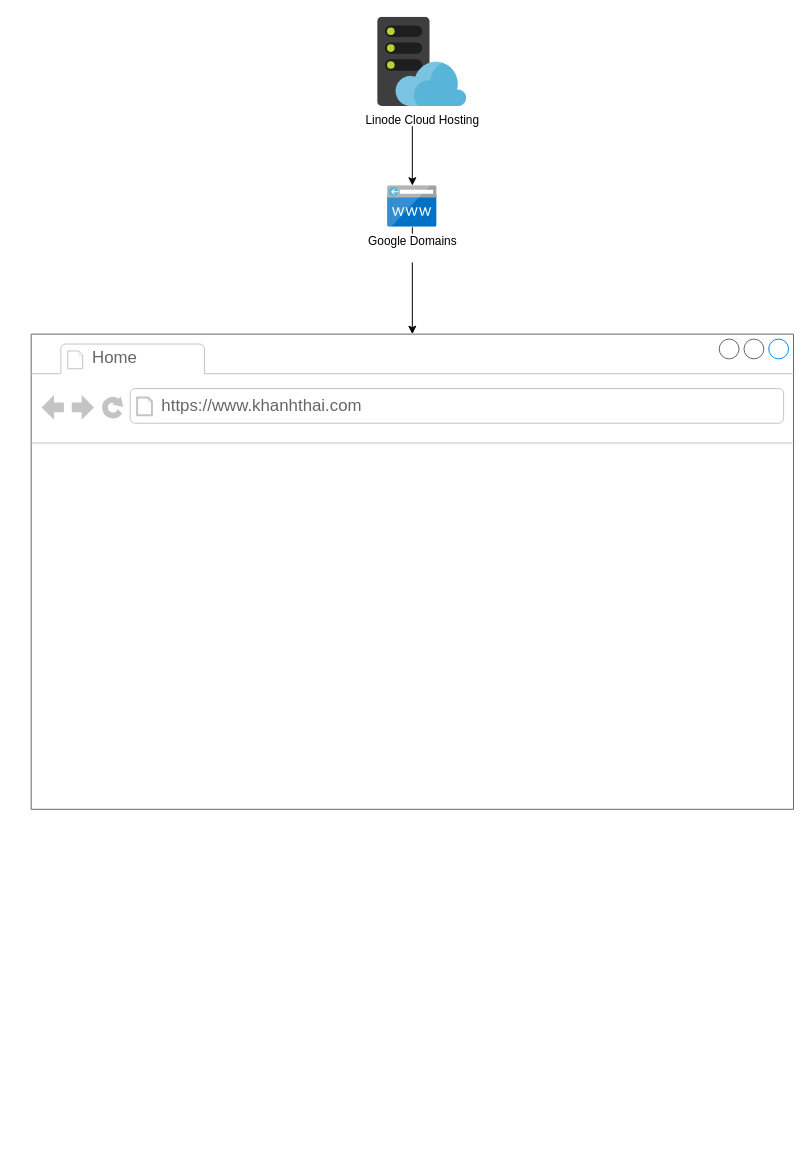
Before: Porfolio App Diagram.drawio in khanhqthai/porfolio-app, a draw.io diagram. Source tidied: cells renumbered, new cells numbered last; positions are measured from the earlier drawing's top-left corner, leaving out a move shared by most shapes. Both pictures are drawn from the tidied source at 99%, with x=0, y=0 at pixel (31, 17).
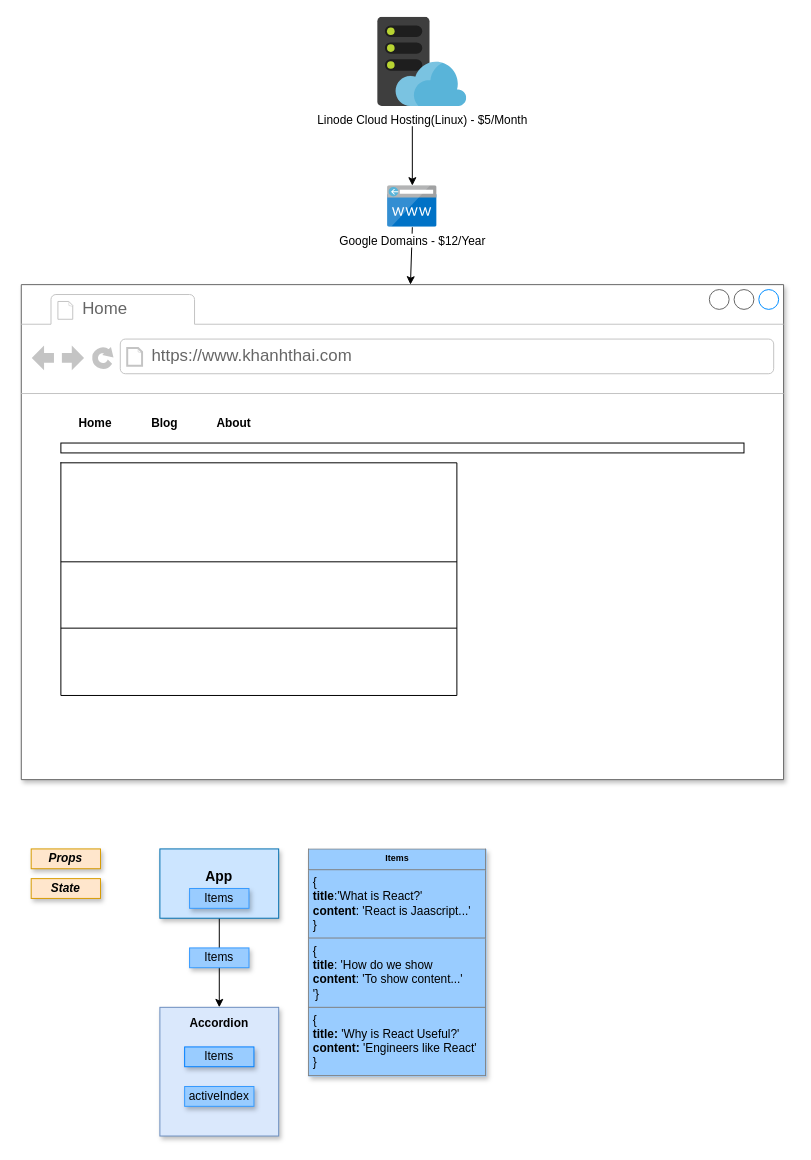
The same diagram, later.

Change to the diagram source:
```diff
@@
-    <mxCell id="2" style="strokeWidth=1;shadow=0;dashed=0;align=center;html=1;shape=mxgraph.mockup.containers.browserWindow;rSize=0;strokeColor=#666666;strokeColor2=#008cff;strokeColor3=#c4c4c4;mainText=,;" parent="1" vertex="1">
-      <mxGeometry y="320" width="770" height="480" as="geometry" />
-    </mxCell>
-    <mxCell id="3" value="Home" style="strokeWidth=1;shadow=0;dashed=0;align=center;html=1;shape=mxgraph.mockup.containers.anchor;fontSize=17;fontColor=#666666;align=left;" parent="2" vertex="1">
-      <mxGeometry x="60" y="12" width="110" height="26" as="geometry" />
-    </mxCell>
-    <mxCell id="4" value="https://www.khanhthai.com" style="strokeWidth=1;shadow=0;dashed=0;align=center;html=1;shape=mxgraph.mockup.containers.anchor;rSize=0;fontSize=17;fontColor=#666666;align=left;" parent="2" vertex="1">
-      <mxGeometry x="130" y="60" width="250" height="26" as="geometry" />
-    </mxCell>
-    <mxCell id="5" value="Linode Cloud Hosting" style="html=1;align=center;image;fontSize=12;image=img/lib/mscae/WebHosting.svg;" parent="1" vertex="1">
+    <mxCell id="5" value="Linode Cloud Hosting(Linux) - $5/Month" style="html=1;align=center;image;fontSize=12;image=img/lib/mscae/WebHosting.svg;" parent="1" vertex="1">
       <mxGeometry x="350" width="90" height="90" as="geometry" />
     </mxCell>
@@
-    <mxCell id="7" value="&lt;div&gt;Google Domains&lt;/div&gt;&lt;div&gt;&lt;br&gt;&lt;/div&gt;" style="html=1;points=[];align=center;image;fontSize=12;image=img/lib/mscae/CustomDomain.svg;" parent="1" vertex="1">
+    <mxCell id="7" value="&lt;div&gt;Google Domains - $12/Year&lt;/div&gt;" style="html=1;points=[];align=center;image;fontSize=12;image=img/lib/mscae/CustomDomain.svg;" parent="1" vertex="1">
       <mxGeometry x="360" y="170" width="50" height="42" as="geometry" />
     </mxCell>
@@
+    <mxCell id="9" style="endArrow=classic;html=1;fontColor=#FF66B3;exitX=0.5;exitY=1;exitDx=0;exitDy=0;entryX=0.5;entryY=0;entryDx=0;entryDy=0;" parent="1" edge="1" source="15" target="19">
+      <mxGeometry relative="1" as="geometry" />
+    </mxCell>
+    <mxCell id="10" value="&lt;b&gt;Props&lt;/b&gt;" style="rounded=0;whiteSpace=wrap;html=1;shadow=1;glass=0;fillColor=#ffe6cc;strokeColor=#d79b00;fontStyle=2;" parent="1" vertex="1">
+      <mxGeometry y="840" width="70" height="20" as="geometry" />
+    </mxCell>
+    <mxCell id="11" value="Items" style="rounded=0;whiteSpace=wrap;html=1;shadow=1;glass=0;fillColor=#99CCFF;strokeColor=#3399FF;" parent="1" vertex="1">
+      <mxGeometry x="160" y="940" width="60" height="20" as="geometry" />
+    </mxCell>
+    <mxCell id="12" value="&lt;table style=&quot;width: 100% ; height: 100% ; border-collapse: collapse ; font-size: 12px&quot; width=&quot;100%&quot; cellpadding=&quot;4&quot; border=&quot;1&quot;&gt;&lt;tbody&gt;&lt;tr style=&quot;font-size: 9px&quot;&gt;&lt;th style=&quot;font-size: 9px&quot; align=&quot;center&quot;&gt;Items&lt;/th&gt;&lt;/tr&gt;&lt;tr style=&quot;font-size: 12px&quot; align=&quot;left&quot;&gt;&lt;td&gt;{&lt;br&gt;&lt;b&gt;title&lt;/b&gt;:'What is React?'&lt;br&gt;&lt;b&gt;content&lt;/b&gt;: 'React is Jaascript...'&lt;br&gt;}&lt;/td&gt;&lt;/tr&gt;&lt;tr&gt;&lt;td&gt;{&lt;br&gt;&lt;b&gt;title&lt;/b&gt;: 'How do we show&lt;br&gt;&lt;b&gt;content&lt;/b&gt;: 'To show content...'&lt;br&gt;'}&lt;/td&gt;&lt;/tr&gt;&lt;tr&gt;&lt;td&gt;{&lt;br&gt;&lt;b&gt;title: &lt;/b&gt;'Why is React Useful?'&lt;br&gt;&lt;b&gt;content: &lt;/b&gt;'Engineers like React'&lt;br&gt;}&lt;br&gt;&lt;/td&gt;&lt;/tr&gt;&lt;/tbody&gt;&lt;/table&gt;" style="text;html=1;overflow=fill;rounded=0;shadow=1;glass=0;sketch=0;fontSize=9;fillColor=#99CCFF;" parent="1" vertex="1">
+      <mxGeometry x="280" y="840" width="180" height="230" as="geometry" />
+    </mxCell>
+    <mxCell id="13" value="&lt;b&gt;State&lt;/b&gt;" style="rounded=0;whiteSpace=wrap;html=1;shadow=1;glass=0;fillColor=#ffe6cc;strokeColor=#d79b00;fontStyle=2;" parent="1" vertex="1">
+      <mxGeometry y="870" width="70" height="20" as="geometry" />
+    </mxCell>
+    <mxCell id="14" style="group;" parent="1" vertex="1">
+      <mxGeometry x="130" y="840" width="120" height="70" as="geometry" />
+    </mxCell>
+    <mxCell id="15" value="&lt;div&gt;&lt;font style=&quot;font-size: 14px&quot;&gt;&lt;b&gt;App&lt;/b&gt;&lt;br&gt;&lt;/font&gt;&lt;/div&gt;&lt;div&gt;&lt;br&gt;&lt;font style=&quot;font-size: 14px&quot;&gt;&lt;/font&gt;&lt;/div&gt;" style="rounded=0;whiteSpace=wrap;html=1;strokeColor=#006EAF;shadow=1;glass=0;fillColor=#CCE5FF;" parent="14" vertex="1">
+      <mxGeometry width="120" height="70" as="geometry" />
+    </mxCell>
+    <mxCell id="16" value="Items" style="rounded=0;whiteSpace=wrap;html=1;shadow=1;glass=0;fillColor=#99CCFF;strokeColor=#3399FF;" parent="14" vertex="1">
+      <mxGeometry x="30" y="40" width="60" height="20" as="geometry" />
+    </mxCell>
+    <mxCell id="17" style="group;" parent="1" vertex="1">
+      <mxGeometry x="130" y="1000" width="120" height="130" as="geometry" />
+    </mxCell>
+    <mxCell id="18" style="group;" parent="17" vertex="1">
+      <mxGeometry width="120" height="130" as="geometry" />
+    </mxCell>
+    <mxCell id="19" value="&lt;div&gt;&lt;b&gt;Accordion&lt;/b&gt;&lt;font style=&quot;font-size: 14px&quot;&gt;&lt;br&gt;&lt;/font&gt;&lt;/div&gt;&lt;div&gt;&lt;br&gt;&lt;font style=&quot;font-size: 14px&quot;&gt;&lt;/font&gt;&lt;/div&gt;" style="rounded=0;whiteSpace=wrap;html=1;fillColor=#dae8fc;strokeColor=#6c8ebf;shadow=1;glass=0;verticalAlign=top;" parent="18" vertex="1">
+      <mxGeometry width="120" height="130" as="geometry" />
+    </mxCell>
+    <mxCell id="20" value="Items" style="rounded=0;whiteSpace=wrap;html=1;shadow=1;glass=0;fillColor=#99CCFF;strokeColor=#007FFF;" parent="18" vertex="1">
+      <mxGeometry x="25" y="40" width="70" height="20" as="geometry" />
+    </mxCell>
+    <mxCell id="21" value="activeIndex" style="rounded=0;whiteSpace=wrap;html=1;shadow=1;glass=0;fillColor=#99CCFF;strokeColor=#3399FF;" parent="17" vertex="1">
+      <mxGeometry x="25" y="80" width="70" height="20" as="geometry" />
+    </mxCell>
+    <mxCell id="22" style="group;" parent="1" vertex="1">
+      <mxGeometry x="-10" y="270" width="770" height="500" as="geometry" />
+    </mxCell>
+    <mxCell id="2" style="strokeWidth=1;shadow=1;dashed=0;align=center;html=1;shape=mxgraph.mockup.containers.browserWindow;rSize=0;strokeColor=#666666;strokeColor2=#008cff;strokeColor3=#c4c4c4;mainText=,;" parent="22" vertex="1">
+      <mxGeometry width="770" height="500" as="geometry" />
+    </mxCell>
+    <mxCell id="3" value="Home" style="strokeWidth=1;shadow=0;dashed=0;align=center;html=1;shape=mxgraph.mockup.containers.anchor;fontSize=17;fontColor=#666666;align=left;" parent="2" vertex="1">
+      <mxGeometry x="60" y="12" width="110" height="26" as="geometry" />
+    </mxCell>
+    <mxCell id="4" value="https://www.khanhthai.com" style="strokeWidth=1;shadow=0;dashed=0;align=center;html=1;shape=mxgraph.mockup.containers.anchor;rSize=0;fontSize=17;fontColor=#666666;align=left;" parent="2" vertex="1">
+      <mxGeometry x="130" y="60" width="250" height="26" as="geometry" />
+    </mxCell>
+    <mxCell id="23" style="shape=table;html=1;whiteSpace=wrap;startSize=0;childLayout=tableLayout;" parent="2" vertex="1">
+      <mxGeometry x="40" y="180" width="400" height="235" as="geometry" />
+    </mxCell>
+    <mxCell id="24" style="shape=partialRectangle;html=1;whiteSpace=wrap;fillColor=none;top=0;left=0;bottom=0;right=0;" parent="23" vertex="1">
+      <mxGeometry width="400" height="100" as="geometry" />
+    </mxCell>
+    <mxCell id="25" value="&lt;div align=&quot;left&quot;&gt;&lt;br&gt;&lt;/div&gt;&lt;blockquote&gt;&lt;div align=&quot;left&quot;&gt;&lt;br&gt;&lt;/div&gt;&lt;/blockquote&gt;&lt;div align=&quot;left&quot;&gt;&lt;br&gt;&lt;/div&gt;" style="shape=partialRectangle;html=1;whiteSpace=wrap;overflow=hidden;fillColor=none;top=0;left=0;bottom=0;right=0;align=left;" parent="24" vertex="1">
+      <mxGeometry width="400" height="100" as="geometry" />
+    </mxCell>
+    <mxCell id="26" style="shape=partialRectangle;html=1;whiteSpace=wrap;fillColor=none;top=0;left=0;bottom=0;right=0;align=left;" parent="23" vertex="1">
+      <mxGeometry y="100" width="400" height="67" as="geometry" />
+    </mxCell>
+    <mxCell id="27" style="shape=partialRectangle;html=1;whiteSpace=wrap;overflow=hidden;fillColor=none;top=0;left=0;bottom=0;right=0;align=left;" parent="26" vertex="1">
+      <mxGeometry width="400" height="67" as="geometry" />
+    </mxCell>
+    <mxCell id="28" style="shape=partialRectangle;html=1;whiteSpace=wrap;fillColor=none;top=0;left=0;bottom=0;right=0;" parent="23" vertex="1">
+      <mxGeometry y="167" width="400" height="68" as="geometry" />
+    </mxCell>
+    <mxCell id="29" style="shape=partialRectangle;html=1;whiteSpace=wrap;overflow=hidden;fillColor=none;top=0;left=0;bottom=0;right=0;align=left;" parent="28" vertex="1">
+      <mxGeometry width="400" height="68" as="geometry" />
+    </mxCell>
+    <mxCell id="30" style="group;" parent="2" vertex="1">
+      <mxGeometry x="40" y="130" width="280" height="20" as="geometry" />
+    </mxCell>
+    <mxCell id="31" value="&lt;font style=&quot;font-size: 12px&quot;&gt;&lt;b&gt;Home&lt;/b&gt;&lt;/font&gt;" style="text;html=1;strokeColor=none;fillColor=none;align=center;verticalAlign=middle;whiteSpace=wrap;rounded=0;shadow=1;glass=0;sketch=0;fontSize=9;fontColor=#000000;" parent="30" vertex="1">
+      <mxGeometry width="70" height="20" as="geometry" />
+    </mxCell>
+    <mxCell id="32" value="&lt;font style=&quot;font-size: 12px&quot;&gt;&lt;b&gt;Blog&lt;/b&gt;&lt;/font&gt;" style="text;html=1;strokeColor=none;fillColor=none;align=center;verticalAlign=middle;whiteSpace=wrap;rounded=0;shadow=1;glass=0;sketch=0;fontSize=9;fontColor=#000000;" parent="30" vertex="1">
+      <mxGeometry x="80" width="50" height="20" as="geometry" />
+    </mxCell>
+    <mxCell id="33" value="&lt;font size=&quot;1&quot;&gt;&lt;b style=&quot;font-size: 12px&quot;&gt;About&lt;/b&gt;&lt;/font&gt;" style="text;html=1;strokeColor=none;fillColor=none;align=center;verticalAlign=middle;whiteSpace=wrap;rounded=0;shadow=1;glass=0;sketch=0;fontSize=9;fontColor=#000000;" parent="30" vertex="1">
+      <mxGeometry x="140" width="70" height="20" as="geometry" />
+    </mxCell>
+    <mxCell id="34" style="rounded=0;whiteSpace=wrap;html=1;shadow=0;glass=0;sketch=0;strokeColor=#000000;fillColor=#ffffff;gradientColor=none;fontSize=9;fontColor=#000000;align=left;" parent="22" vertex="1">
+      <mxGeometry x="40" y="160" width="690" height="10" as="geometry" />
+    </mxCell>
```
